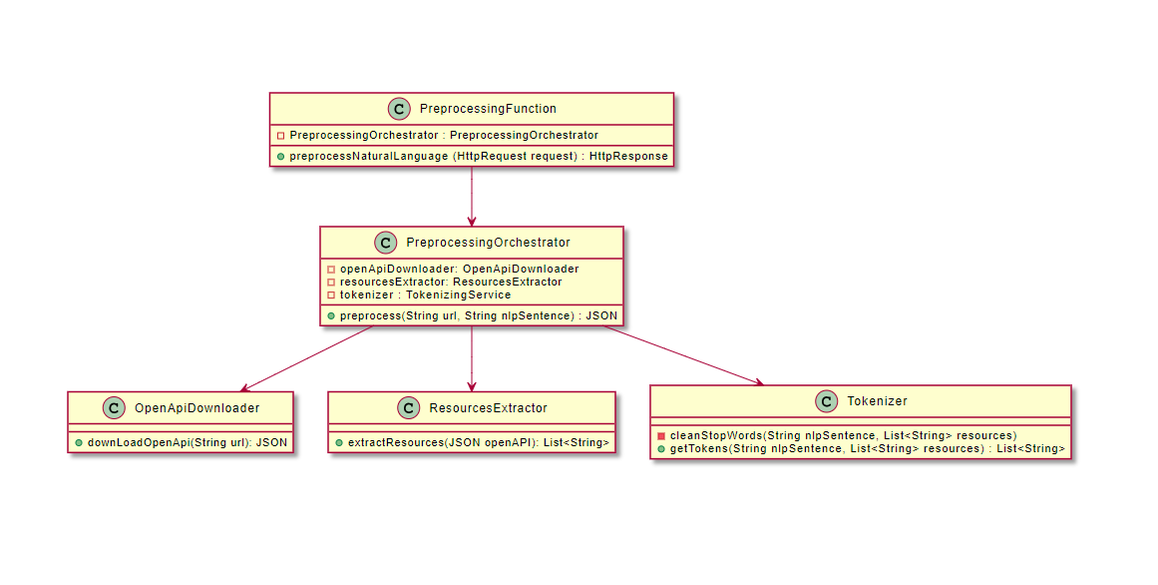
Before: diagrams/uml-preprocessing.png, a diagram exported from PlantUML (Roxanica123/WADe-RAT). Its source is kept beside it as diagrams/uml-preprocessing.puml.
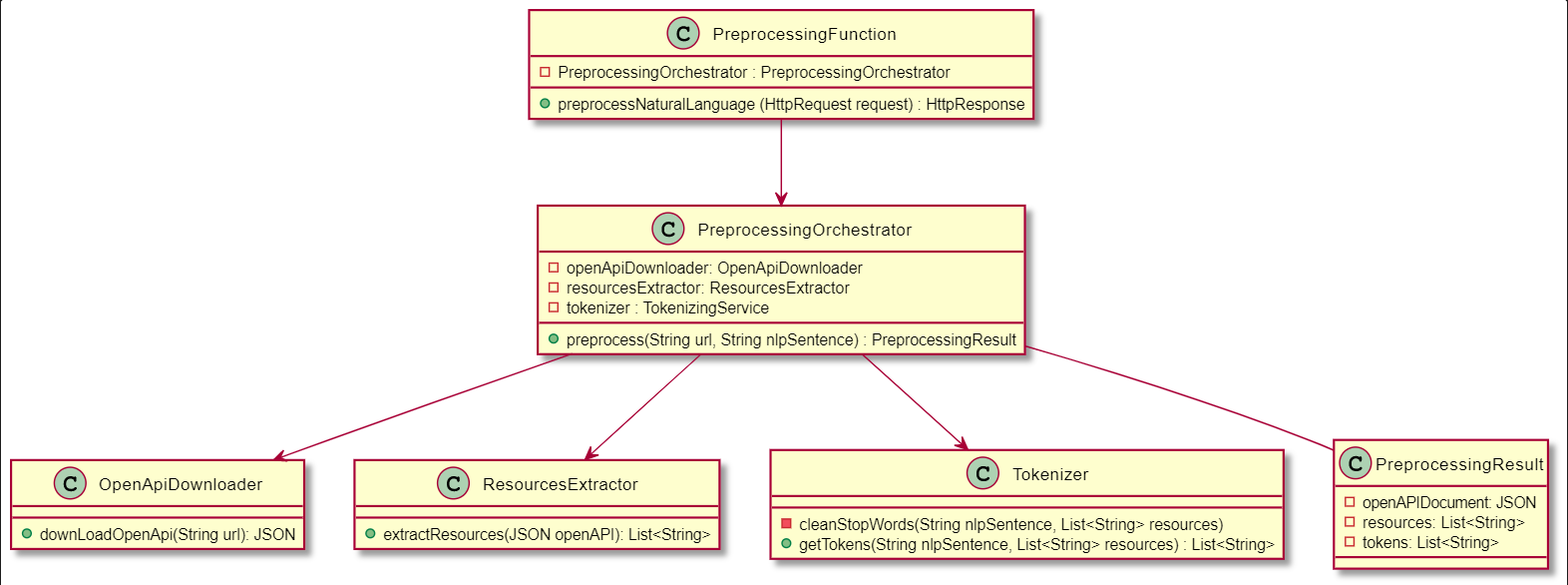
Later version of the same file.

The edit, as a diff of the source:
```diff
@@ -16,15 +16,23 @@
     -openApiDownloader: OpenApiDownloader
     -resourcesExtractor: ResourcesExtractor
     -tokenizer : TokenizingService
-    +preprocess(String url, String nlpSentence) : JSON
+    +preprocess(String url, String nlpSentence) : PreprocessingResult
 }
 
 class PreprocessingFunction {
 	-PreprocessingOrchestrator : PreprocessingOrchestrator
 	+preprocessNaturalLanguage (HttpRequest request) : HttpResponse
 }
+
+class PreprocessingResult{
+    -openAPIDocument: JSON
+    -resources: List<String>
+    -tokens: List<String>
+}
+
 PreprocessingFunction --> PreprocessingOrchestrator
 PreprocessingOrchestrator --> OpenApiDownloader
 PreprocessingOrchestrator --> ResourcesExtractor
 PreprocessingOrchestrator --> Tokenizer
+PreprocessingOrchestrator -- PreprocessingResult
 @enduml
```
